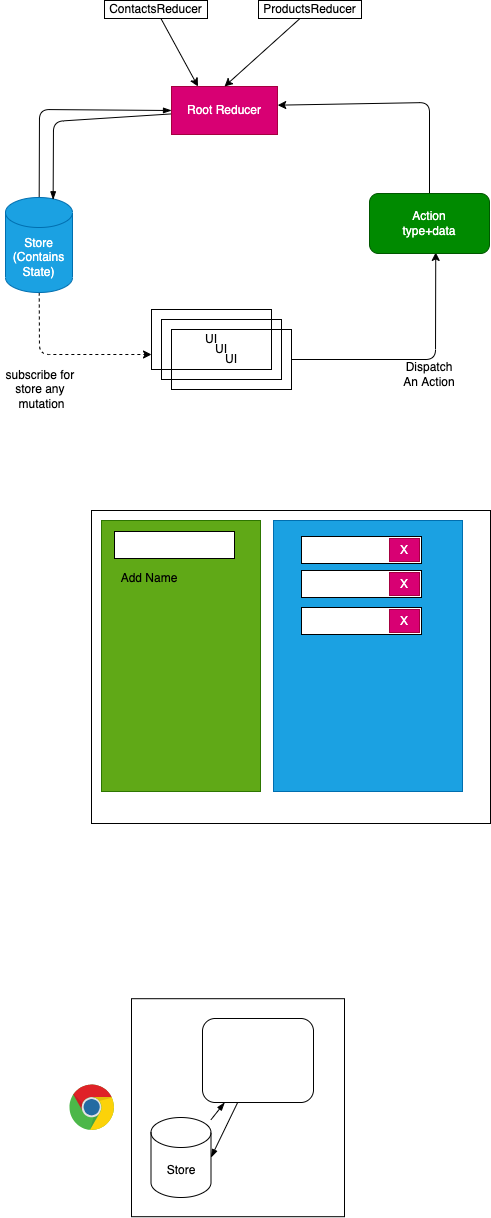
Above: images/day13.drawio.png in adithnaveen/2022-sapient-react-node-graphql (draw.io), before the change. Source tidied: cells renumbered, new cells last; positions are measured from the earlier drawing's top-left corner, leaving out a move shared by most shapes.
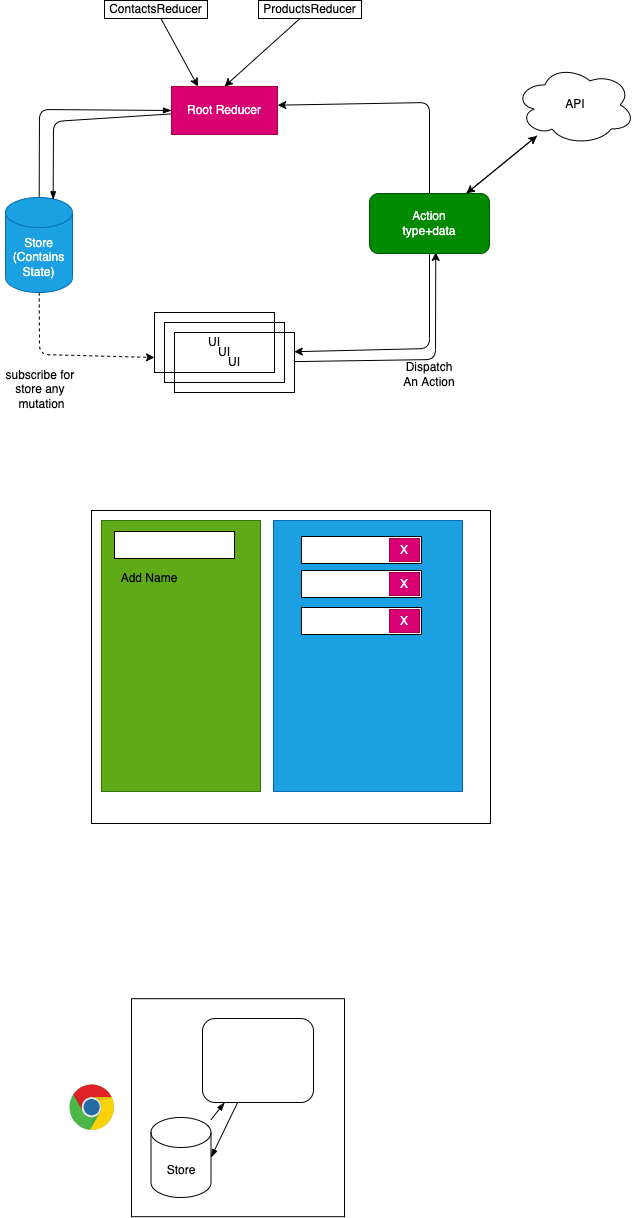
Later version of the same file.

Diff of the diagram source:
```diff
@@ -3,10 +3,10 @@
     <mxCell id="0" />
     <mxCell id="1" parent="0" />
     <mxCell id="2" value="UI" style="rounded=0;whiteSpace=wrap;html=1;fillColor=none;" parent="1" vertex="1">
-      <mxGeometry x="151" y="309" width="120" height="60" as="geometry" />
+      <mxGeometry x="154" y="312" width="120" height="60" as="geometry" />
     </mxCell>
     <mxCell id="3" value="UI" style="rounded=0;whiteSpace=wrap;html=1;fillColor=none;" parent="1" vertex="1">
-      <mxGeometry x="161" y="319" width="120" height="60" as="geometry" />
+      <mxGeometry x="164" y="322" width="120" height="60" as="geometry" />
     </mxCell>
     <mxCell id="4" style="edgeStyle=none;html=1;entryX=0.552;entryY=0.982;entryDx=0;entryDy=0;entryPerimeter=0;" parent="1" edge="1" source="5" target="7">
       <mxGeometry relative="1" as="geometry">
@@ -16,7 +16,7 @@
       </mxGeometry>
     </mxCell>
     <mxCell id="5" value="UI" style="rounded=0;whiteSpace=wrap;html=1;fillColor=none;" parent="1" vertex="1">
-      <mxGeometry x="171" y="329" width="120" height="60" as="geometry" />
+      <mxGeometry x="174" y="332" width="120" height="60" as="geometry" />
     </mxCell>
     <mxCell id="6" style="edgeStyle=none;html=1;entryX=1.002;entryY=0.389;entryDx=0;entryDy=0;entryPerimeter=0;" parent="1" edge="1" source="7" target="13">
       <mxGeometry relative="1" as="geometry">
@@ -25,6 +25,16 @@
         </Array>
       </mxGeometry>
     </mxCell>
+    <mxCell id="36" style="edgeStyle=none;html=1;" parent="1" edge="1" source="7" target="39">
+      <mxGeometry relative="1" as="geometry" />
+    </mxCell>
+    <mxCell id="37" style="edgeStyle=none;html=1;entryX=0.998;entryY=0.32;entryDx=0;entryDy=0;entryPerimeter=0;" parent="1" edge="1" source="7" target="5">
+      <mxGeometry relative="1" as="geometry">
+        <Array as="points">
+          <mxPoint x="429" y="348" />
+        </Array>
+      </mxGeometry>
+    </mxCell>
     <mxCell id="7" value="Action&lt;br&gt;type+data" style="rounded=1;whiteSpace=wrap;html=1;fillColor=#008a00;fontColor=#ffffff;strokeColor=#005700;" parent="1" vertex="1">
       <mxGeometry x="369" y="193" width="120" height="60" as="geometry" />
     </mxCell>
@@ -124,5 +134,11 @@
     <mxCell id="35" value="ProductsReducer" style="rounded=0;whiteSpace=wrap;html=1;" parent="1" vertex="1">
       <mxGeometry x="258" width="103" height="18" as="geometry" />
     </mxCell>
+    <mxCell id="38" style="edgeStyle=none;html=1;" parent="1" edge="1" source="39" target="7">
+      <mxGeometry relative="1" as="geometry" />
+    </mxCell>
+    <mxCell id="39" value="API" style="ellipse;shape=cloud;whiteSpace=wrap;html=1;" parent="1" vertex="1">
+      <mxGeometry x="514.6" y="64.4" width="120" height="80" as="geometry" />
+    </mxCell>
   </root>
 </mxGraphModel>
```
